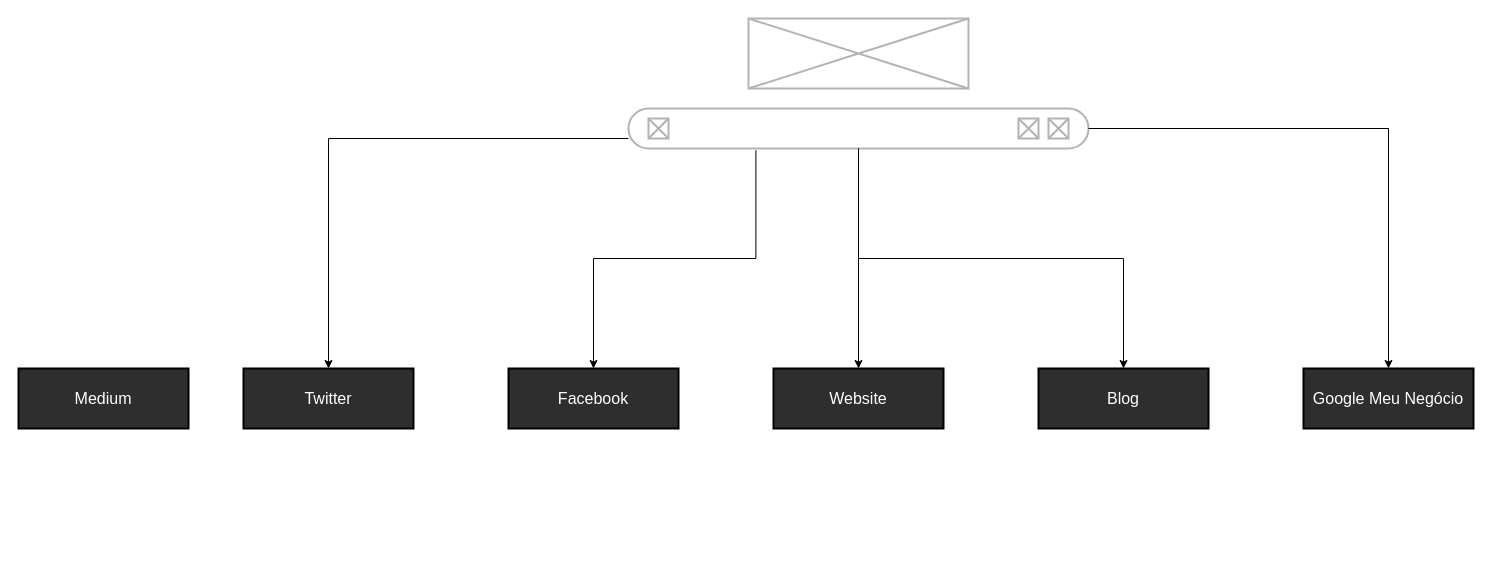
Earlier version of the draw.io diagram page "Page-13" (12 of 14) of src/pam.drawio (pegandoasmanhas/pam). Source tidied: cells renumbered, new cells numbered last; positions are measured from the earlier drawing's top-left corner, leaving out a move shared by most shapes. Both pictures are drawn from the tidied source at 100%, with x=0, y=0 at pixel (18, 18). Pictures stored in the file or linked from it are replaced by grey dashed boxes.
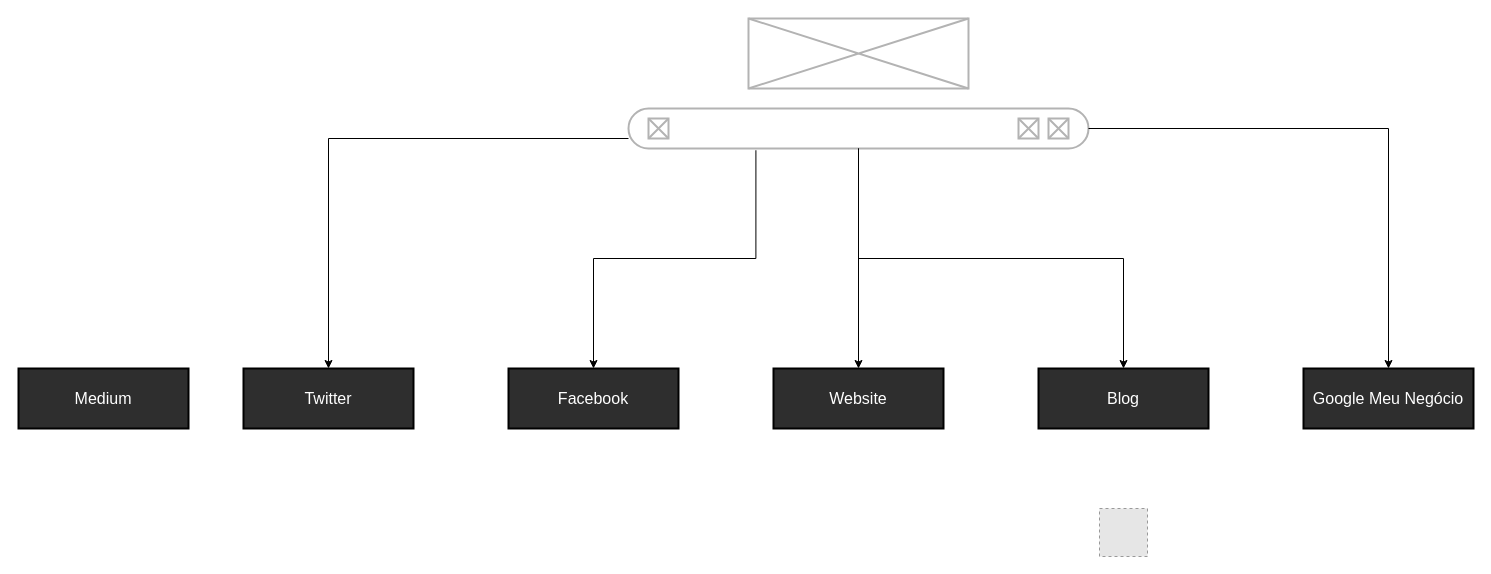
Above is the later version.

Change to the diagram source:
```diff
@@
+    <mxCell id="20" style="fillColor=#E6E6E6;strokeColor=#999999;dashed=1;verticalLabelPosition=bottom;verticalAlign=top;" parent="1" vertex="1">
+      <mxGeometry x="1081" y="490" width="48" height="48" as="geometry" />
+    </mxCell>
```
